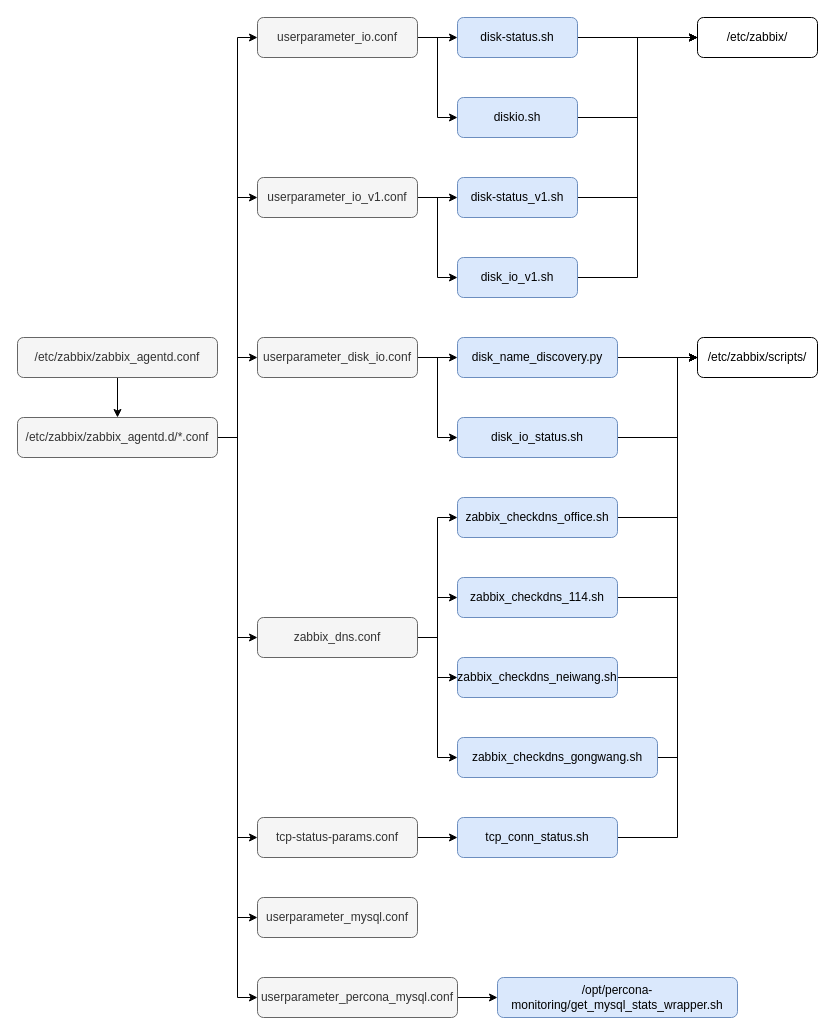
Earlier version of the draw.io diagram zabbix-agent configration.drawio (zhangjiongcn/drawio). Source tidied: cells renumbered, new cells numbered last; positions are measured from the earlier drawing's top-left corner, leaving out a move shared by most shapes. Both pictures are drawn from the tidied source at 100%, with x=0, y=0 at pixel (17, 17).
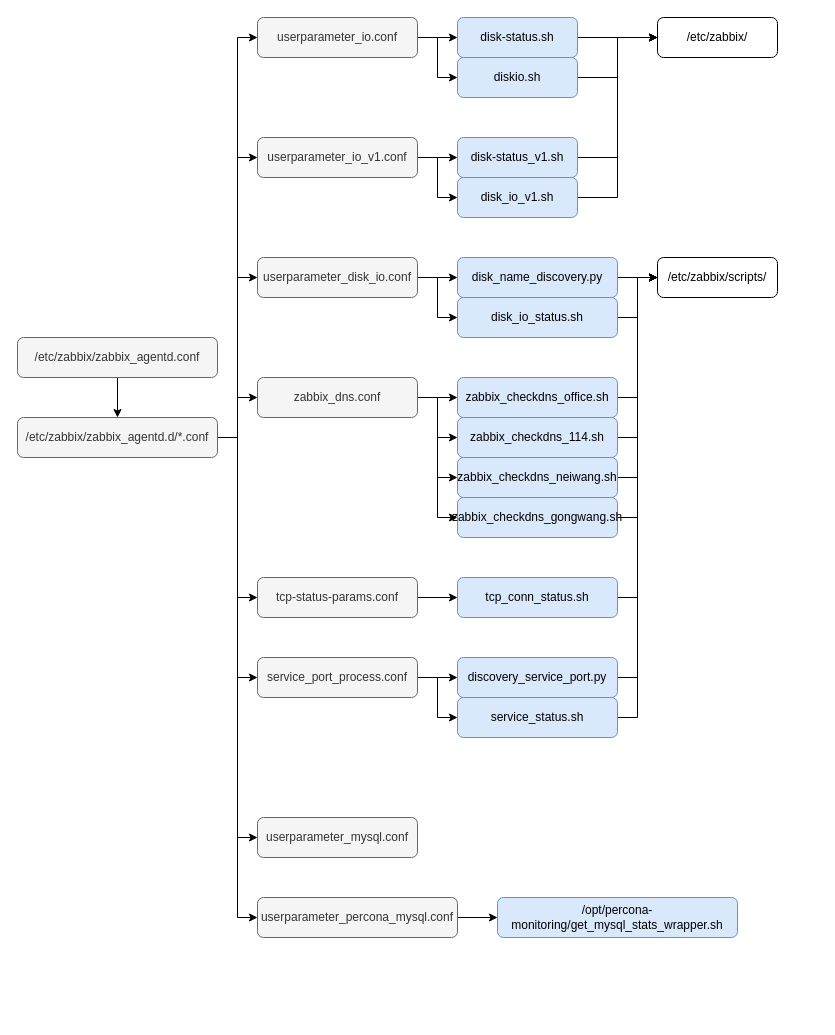
The same page after the edit.

The change refers to these unchanged cells:
```xml
<mxCell id="11" value="/etc/zabbix/zabbix_agentd.d/*.conf" style="rounded=1;whiteSpace=wrap;html=1;fillColor=#f5f5f5;strokeColor=#666666;fontColor=#333333;" parent="1" vertex="1">
  <mxGeometry y="400" width="200" height="40" as="geometry" />
</mxCell>
```

The edit, as a diff of the source:
```diff
@@
+    <mxCell id="56" style="edgeStyle=orthogonalEdgeStyle;rounded=0;jettySize=auto;html=1;entryX=0;entryY=0.5;entryDx=0;entryDy=0;" parent="1" edge="1" source="11" target="59">
+      <mxGeometry relative="1" as="geometry" />
+    </mxCell>
@@
     <mxCell id="13" value="tcp-status-params.conf" style="rounded=1;whiteSpace=wrap;html=1;fillColor=#f5f5f5;strokeColor=#666666;fontColor=#333333;" parent="1" vertex="1">
-      <mxGeometry x="240" y="800" width="160" height="40" as="geometry" />
+      <mxGeometry x="240" y="560" width="160" height="40" as="geometry" />
     </mxCell>
@@
     <mxCell id="16" value="userparameter_disk_io.conf" style="rounded=1;whiteSpace=wrap;html=1;fillColor=#f5f5f5;strokeColor=#666666;fontColor=#333333;" parent="1" vertex="1">
-      <mxGeometry x="240" y="320" width="160" height="40" as="geometry" />
+      <mxGeometry x="240" y="240" width="160" height="40" as="geometry" />
     </mxCell>
@@
     <mxCell id="22" value="userparameter_io_v1.conf" style="rounded=1;whiteSpace=wrap;html=1;fillColor=#f5f5f5;strokeColor=#666666;fontColor=#333333;" parent="1" vertex="1">
-      <mxGeometry x="240" y="160" width="160" height="40" as="geometry" />
+      <mxGeometry x="240" y="120" width="160" height="40" as="geometry" />
     </mxCell>
     <mxCell id="23" value="userparameter_mysql.conf" style="rounded=1;whiteSpace=wrap;html=1;fillColor=#f5f5f5;strokeColor=#666666;fontColor=#333333;" parent="1" vertex="1">
-      <mxGeometry x="240" y="880" width="160" height="40" as="geometry" />
+      <mxGeometry x="240" y="800" width="160" height="40" as="geometry" />
     </mxCell>
@@
     <mxCell id="25" value="userparameter_percona_mysql.conf" style="rounded=1;whiteSpace=wrap;html=1;fillColor=#f5f5f5;strokeColor=#666666;fontColor=#333333;" parent="1" vertex="1">
-      <mxGeometry x="240" y="960" width="200" height="40" as="geometry" />
+      <mxGeometry x="240" y="880" width="200" height="40" as="geometry" />
     </mxCell>
@@
     <mxCell id="30" value="zabbix_dns.conf" style="rounded=1;whiteSpace=wrap;html=1;fillColor=#f5f5f5;strokeColor=#666666;fontColor=#333333;" parent="1" vertex="1">
-      <mxGeometry x="240" y="600" width="160" height="40" as="geometry" />
+      <mxGeometry x="240" y="360" width="160" height="40" as="geometry" />
     </mxCell>
-    <mxCell id="31" style="edgeStyle=orthogonalEdgeStyle;rounded=0;jettySize=auto;html=1;" parent="1" edge="1" source="32">
+    <mxCell id="31" style="edgeStyle=orthogonalEdgeStyle;rounded=0;jettySize=auto;html=1;entryX=0;entryY=0.5;entryDx=0;entryDy=0;exitX=1;exitY=0.5;exitDx=0;exitDy=0;" parent="1" edge="1" source="32" target="55">
       <mxGeometry relative="1" as="geometry">
-        <mxPoint x="680" y="340" as="targetPoint" />
         <Array as="points">
-          <mxPoint x="660" y="820" />
-          <mxPoint x="660" y="340" />
+          <mxPoint x="620" y="580" />
+          <mxPoint x="620" y="260" />
         </Array>
       </mxGeometry>
     </mxCell>
     <mxCell id="32" value="&lt;span&gt;tcp_conn_status.sh&lt;/span&gt;" style="rounded=1;whiteSpace=wrap;html=1;fillColor=#dae8fc;strokeColor=#6c8ebf;" parent="1" vertex="1">
-      <mxGeometry x="440" y="800" width="160" height="40" as="geometry" />
+      <mxGeometry x="440" y="560" width="160" height="40" as="geometry" />
     </mxCell>
@@
     <mxCell id="34" value="&lt;div&gt;disk_name_discovery.py&lt;/div&gt;" style="rounded=1;whiteSpace=wrap;html=1;fillColor=#dae8fc;strokeColor=#6c8ebf;" parent="1" vertex="1">
-      <mxGeometry x="440" y="320" width="160" height="40" as="geometry" />
+      <mxGeometry x="440" y="240" width="160" height="40" as="geometry" />
     </mxCell>
-    <mxCell id="35" style="edgeStyle=orthogonalEdgeStyle;rounded=0;jettySize=auto;html=1;" parent="1" edge="1" source="36">
+    <mxCell id="35" style="edgeStyle=orthogonalEdgeStyle;rounded=0;jettySize=auto;html=1;entryX=0;entryY=0.5;entryDx=0;entryDy=0;exitX=1;exitY=0.5;exitDx=0;exitDy=0;" parent="1" edge="1" source="36" target="55">
       <mxGeometry relative="1" as="geometry">
-        <mxPoint x="680" y="340" as="targetPoint" />
         <Array as="points">
-          <mxPoint x="660" y="420" />
-          <mxPoint x="660" y="340" />
+          <mxPoint x="620" y="300" />
+          <mxPoint x="620" y="260" />
         </Array>
       </mxGeometry>
     </mxCell>
     <mxCell id="36" value="&lt;div&gt;disk_io_status.sh&lt;/div&gt;" style="rounded=1;whiteSpace=wrap;html=1;fillColor=#dae8fc;strokeColor=#6c8ebf;" parent="1" vertex="1">
-      <mxGeometry x="440" y="400" width="160" height="40" as="geometry" />
+      <mxGeometry x="440" y="280" width="160" height="40" as="geometry" />
     </mxCell>
@@
     <mxCell id="40" value="&lt;div&gt;diskio.sh&lt;/div&gt;" style="rounded=1;whiteSpace=wrap;html=1;fillColor=#dae8fc;strokeColor=#6c8ebf;" parent="1" vertex="1">
-      <mxGeometry x="440" y="80" width="120" height="40" as="geometry" />
+      <mxGeometry x="440" y="40" width="120" height="40" as="geometry" />
     </mxCell>
@@
     <mxCell id="42" value="&lt;div&gt;disk-status_v1.sh&lt;/div&gt;" style="rounded=1;whiteSpace=wrap;html=1;fillColor=#dae8fc;strokeColor=#6c8ebf;" parent="1" vertex="1">
-      <mxGeometry x="440" y="160" width="120" height="40" as="geometry" />
+      <mxGeometry x="440" y="120" width="120" height="40" as="geometry" />
     </mxCell>
@@
     <mxCell id="44" value="&lt;div&gt;disk_io_v1.sh&lt;/div&gt;" style="rounded=1;whiteSpace=wrap;html=1;fillColor=#dae8fc;strokeColor=#6c8ebf;" parent="1" vertex="1">
-      <mxGeometry x="440" y="240" width="120" height="40" as="geometry" />
+      <mxGeometry x="440" y="160" width="120" height="40" as="geometry" />
     </mxCell>
     <mxCell id="45" value="&lt;div&gt;/opt/percona-monitoring/get_mysql_stats_wrapper.sh&lt;/div&gt;" style="rounded=1;whiteSpace=wrap;html=1;fillColor=#dae8fc;strokeColor=#6c8ebf;" parent="1" vertex="1">
-      <mxGeometry x="480" y="960" width="240" height="40" as="geometry" />
+      <mxGeometry x="480" y="880" width="240" height="40" as="geometry" />
     </mxCell>
-    <mxCell id="46" style="edgeStyle=orthogonalEdgeStyle;rounded=0;jettySize=auto;html=1;entryX=0;entryY=0.5;entryDx=0;entryDy=0;" parent="1" edge="1" source="47" target="55">
+    <mxCell id="46" style="edgeStyle=orthogonalEdgeStyle;rounded=0;jettySize=auto;html=1;entryX=0;entryY=0.5;entryDx=0;entryDy=0;exitX=1;exitY=0.5;exitDx=0;exitDy=0;" parent="1" edge="1" source="47" target="55">
       <mxGeometry relative="1" as="geometry">
         <Array as="points">
-          <mxPoint x="660" y="500" />
-          <mxPoint x="660" y="340" />
+          <mxPoint x="620" y="380" />
+          <mxPoint x="620" y="260" />
         </Array>
       </mxGeometry>
     </mxCell>
     <mxCell id="47" value="&lt;div&gt;zabbix_checkdns_office.sh&lt;/div&gt;" style="rounded=1;whiteSpace=wrap;html=1;fillColor=#dae8fc;strokeColor=#6c8ebf;" parent="1" vertex="1">
-      <mxGeometry x="440" y="480" width="160" height="40" as="geometry" />
+      <mxGeometry x="440" y="360" width="160" height="40" as="geometry" />
     </mxCell>
-    <mxCell id="48" style="edgeStyle=orthogonalEdgeStyle;rounded=0;jettySize=auto;html=1;entryX=0;entryY=0.5;entryDx=0;entryDy=0;" parent="1" edge="1" source="49" target="55">
+    <mxCell id="48" style="edgeStyle=orthogonalEdgeStyle;rounded=0;jettySize=auto;html=1;entryX=0;entryY=0.5;entryDx=0;entryDy=0;exitX=1;exitY=0.5;exitDx=0;exitDy=0;" parent="1" edge="1" source="49" target="55">
       <mxGeometry relative="1" as="geometry">
         <Array as="points">
-          <mxPoint x="660" y="580" />
-          <mxPoint x="660" y="340" />
+          <mxPoint x="620" y="420" />
+          <mxPoint x="620" y="260" />
         </Array>
       </mxGeometry>
     </mxCell>
     <mxCell id="49" value="&lt;div&gt;zabbix_checkdns_114.sh&lt;/div&gt;" style="rounded=1;whiteSpace=wrap;html=1;fillColor=#dae8fc;strokeColor=#6c8ebf;" parent="1" vertex="1">
-      <mxGeometry x="440" y="560" width="160" height="40" as="geometry" />
+      <mxGeometry x="440" y="400" width="160" height="40" as="geometry" />
     </mxCell>
-    <mxCell id="50" style="edgeStyle=orthogonalEdgeStyle;rounded=0;jettySize=auto;html=1;" parent="1" edge="1" source="51">
+    <mxCell id="50" style="edgeStyle=orthogonalEdgeStyle;rounded=0;jettySize=auto;html=1;entryX=0;entryY=0.5;entryDx=0;entryDy=0;exitX=1;exitY=0.5;exitDx=0;exitDy=0;" parent="1" edge="1" source="51" target="55">
       <mxGeometry relative="1" as="geometry">
-        <mxPoint x="680" y="340" as="targetPoint" />
         <Array as="points">
-          <mxPoint x="660" y="660" />
-          <mxPoint x="660" y="340" />
+          <mxPoint x="620" y="460" />
+          <mxPoint x="620" y="260" />
         </Array>
       </mxGeometry>
     </mxCell>
     <mxCell id="51" value="&lt;div&gt;zabbix_checkdns_neiwang.sh&lt;/div&gt;" style="rounded=1;whiteSpace=wrap;html=1;fillColor=#dae8fc;strokeColor=#6c8ebf;" parent="1" vertex="1">
-      <mxGeometry x="440" y="640" width="160" height="40" as="geometry" />
+      <mxGeometry x="440" y="440" width="160" height="40" as="geometry" />
     </mxCell>
@@
     <mxCell id="53" value="&lt;div&gt;zabbix_checkdns_gongwang.sh&lt;/div&gt;" style="rounded=1;whiteSpace=wrap;html=1;fillColor=#dae8fc;strokeColor=#6c8ebf;" parent="1" vertex="1">
-      <mxGeometry x="440" y="720" width="200" height="40" as="geometry" />
+      <mxGeometry x="440" y="480" width="160" height="40" as="geometry" />
     </mxCell>
     <mxCell id="54" value="&lt;div&gt;/etc/zabbix/&lt;/div&gt;" style="rounded=1;whiteSpace=wrap;html=1;" parent="1" vertex="1">
-      <mxGeometry x="680" width="120" height="40" as="geometry" />
+      <mxGeometry x="640" width="120" height="40" as="geometry" />
     </mxCell>
     <mxCell id="55" value="&lt;div&gt;/etc/zabbix/scripts/&lt;/div&gt;" style="rounded=1;whiteSpace=wrap;html=1;" parent="1" vertex="1">
-      <mxGeometry x="680" y="320" width="120" height="40" as="geometry" />
+      <mxGeometry x="640" y="240" width="120" height="40" as="geometry" />
     </mxCell>
+    <mxCell id="57" style="edgeStyle=orthogonalEdgeStyle;rounded=0;jettySize=auto;html=1;entryX=0;entryY=0.5;entryDx=0;entryDy=0;" parent="1" edge="1" source="59" target="61">
+      <mxGeometry relative="1" as="geometry" />
+    </mxCell>
+    <mxCell id="58" style="edgeStyle=orthogonalEdgeStyle;rounded=0;jettySize=auto;html=1;entryX=0;entryY=0.5;entryDx=0;entryDy=0;" parent="1" edge="1" source="59" target="63">
+      <mxGeometry relative="1" as="geometry" />
+    </mxCell>
+    <mxCell id="59" value="service_port_process.conf" style="rounded=1;whiteSpace=wrap;html=1;fillColor=#f5f5f5;strokeColor=#666666;fontColor=#333333;" parent="1" vertex="1">
+      <mxGeometry x="240" y="640" width="160" height="40" as="geometry" />
+    </mxCell>
+    <mxCell id="60" style="edgeStyle=orthogonalEdgeStyle;rounded=0;jettySize=auto;html=1;entryX=0;entryY=0.5;entryDx=0;entryDy=0;" parent="1" edge="1" source="61" target="55">
+      <mxGeometry relative="1" as="geometry">
+        <Array as="points">
+          <mxPoint x="620" y="660" />
+          <mxPoint x="620" y="260" />
+        </Array>
+      </mxGeometry>
+    </mxCell>
+    <mxCell id="61" value="&lt;span&gt;discovery_service_port&lt;/span&gt;&lt;span&gt;.py&lt;/span&gt;" style="rounded=1;whiteSpace=wrap;html=1;fillColor=#dae8fc;strokeColor=#6c8ebf;" parent="1" vertex="1">
+      <mxGeometry x="440" y="640" width="160" height="40" as="geometry" />
+    </mxCell>
+    <mxCell id="62" style="edgeStyle=orthogonalEdgeStyle;rounded=0;jettySize=auto;html=1;entryX=0;entryY=0.5;entryDx=0;entryDy=0;" parent="1" edge="1" source="63" target="55">
+      <mxGeometry relative="1" as="geometry">
+        <Array as="points">
+          <mxPoint x="620" y="700" />
+          <mxPoint x="620" y="260" />
+        </Array>
+      </mxGeometry>
+    </mxCell>
+    <mxCell id="63" value="&lt;span&gt;service_status&lt;/span&gt;&lt;span&gt;.sh&lt;/span&gt;" style="rounded=1;whiteSpace=wrap;html=1;fillColor=#dae8fc;strokeColor=#6c8ebf;" parent="1" vertex="1">
+      <mxGeometry x="440" y="680" width="160" height="40" as="geometry" />
+    </mxCell>
```
